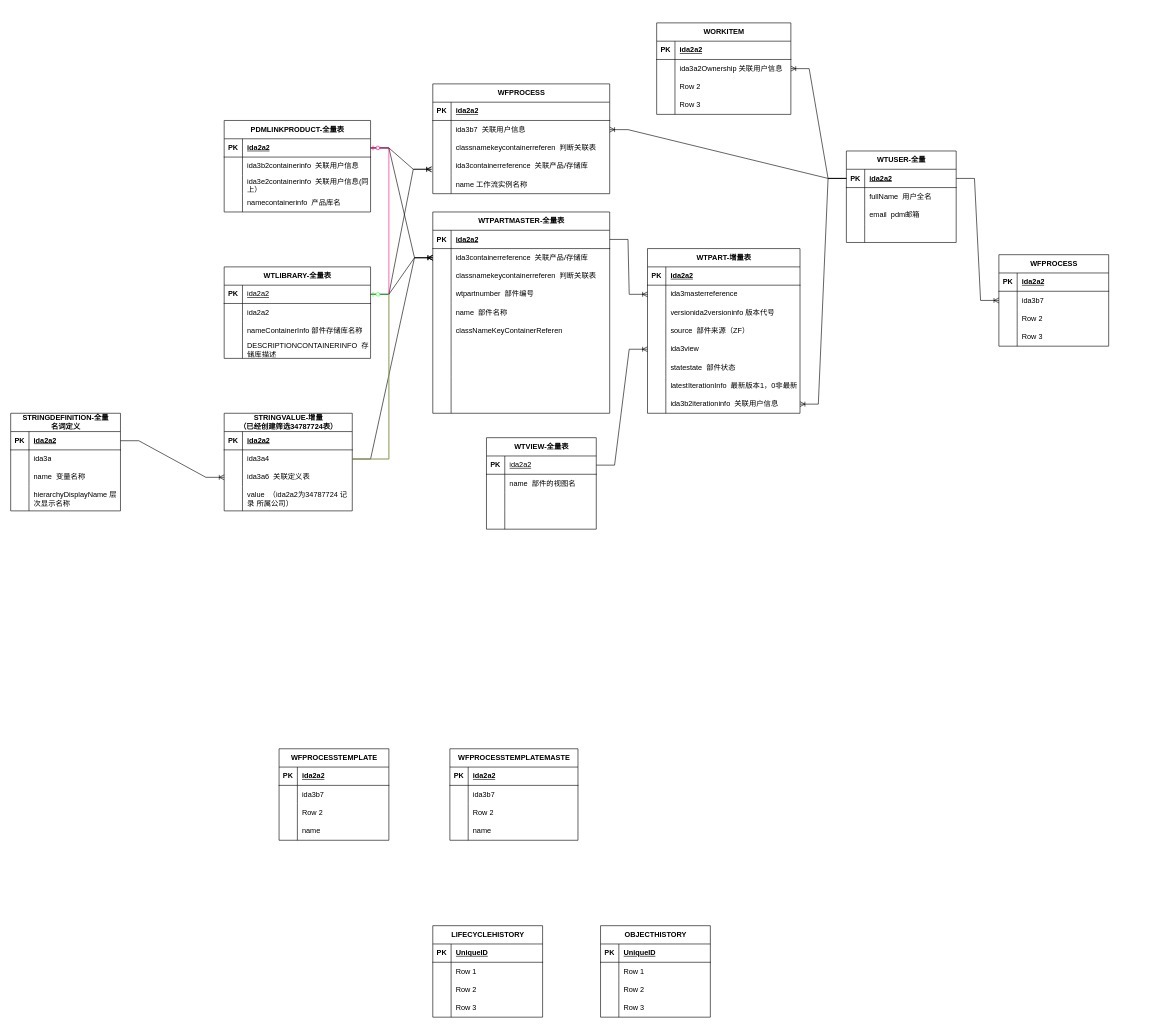
Above: pdm数据结构.drawio in fxfng/hello-world (draw.io), before the change. Source tidied: cells renumbered, new cells numbered last; positions are measured from the earlier drawing's top-left corner, leaving out a move shared by most shapes. Both pictures are drawn from the tidied source at 61%, with x=0, y=0 at pixel (10, 23).
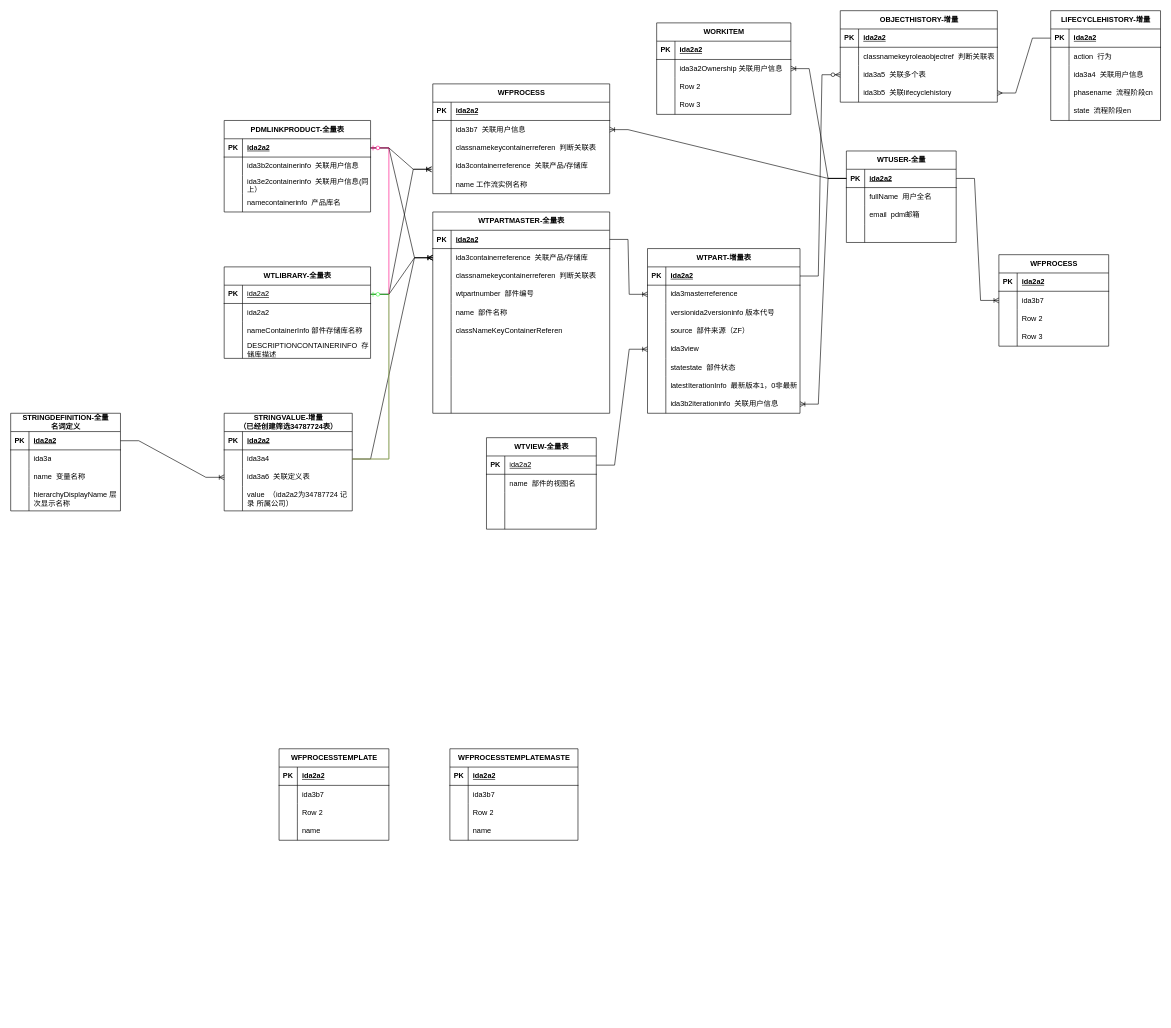
Above is the later version.

The change refers to these unchanged cells:
```xml
<mxCell id="3" style="shape=tableRow;horizontal=0;startSize=0;swimlaneHead=0;swimlaneBody=0;fillColor=none;points=[[0,0.5],[1,0.5]];portConstraint=eastwest;top=0;left=0;right=0;bottom=1;" parent="2" vertex="1">
  <mxGeometry y="30" width="250" height="30" as="geometry" />
</mxCell>
<mxCell id="98" style="shape=tableRow;horizontal=0;startSize=0;swimlaneHead=0;swimlaneBody=0;fillColor=none;points=[[0,0.5],[1,0.5]];portConstraint=eastwest;top=0;left=0;right=0;bottom=1;" parent="97" vertex="1">
  <mxGeometry y="30" width="180" height="30" as="geometry" />
</mxCell>
<mxCell id="101" style="shape=tableRow;horizontal=0;startSize=0;swimlaneHead=0;swimlaneBody=0;fillColor=none;top=0;left=0;right=0;bottom=0;" parent="97" vertex="1">
  <mxGeometry y="60" width="180" height="30" as="geometry" />
</mxCell>
<mxCell id="104" style="shape=tableRow;horizontal=0;startSize=0;swimlaneHead=0;swimlaneBody=0;fillColor=none;top=0;left=0;right=0;bottom=0;" parent="97" vertex="1">
  <mxGeometry y="90" width="180" height="30" as="geometry" />
</mxCell>
<mxCell id="107" style="shape=tableRow;horizontal=0;startSize=0;swimlaneHead=0;swimlaneBody=0;fillColor=none;top=0;left=0;right=0;bottom=0;" parent="97" vertex="1">
  <mxGeometry y="120" width="180" height="30" as="geometry" />
</mxCell>
```

The edit, as a diff of the source:
```diff
@@
-    <mxCell id="97" value="LIFECYCLEHISTORY" style="shape=table;startSize=30;childLayout=tableLayout;rowLines=0;fontStyle=1;align=center;html=1;" parent="1" vertex="1">
-      <mxGeometry x="692" y="1480" width="180" height="150" as="geometry" />
+    <mxCell id="97" value="LIFECYCLEHISTORY-增量" style="shape=table;startSize=30;childLayout=tableLayout;rowLines=0;fontStyle=1;align=center;html=1;" parent="1" vertex="1">
+      <mxGeometry x="1705" y="-20" width="180" height="180" as="geometry" />
     </mxCell>
@@
-    <mxCell id="100" value="UniqueID" style="shape=partialRectangle;fillColor=none;top=0;left=0;bottom=0;right=0;align=left;spacingLeft=6;fontStyle=5;overflow=hidden;whiteSpace=wrap;html=1;" parent="98" vertex="1">
+    <mxCell id="100" value="ida2a2" style="shape=partialRectangle;fillColor=none;top=0;left=0;bottom=0;right=0;align=left;spacingLeft=6;fontStyle=5;overflow=hidden;whiteSpace=wrap;html=1;" parent="98" vertex="1">
       <mxGeometry x="30" width="150" height="30" as="geometry" />
     </mxCell>
@@
-    <mxCell id="103" value="Row 1" style="shape=partialRectangle;fillColor=none;top=0;left=0;bottom=0;right=0;align=left;spacingLeft=6;overflow=hidden;whiteSpace=wrap;html=1;" parent="101" vertex="1">
+    <mxCell id="103" value="action&amp;nbsp; 行为" style="shape=partialRectangle;fillColor=none;top=0;left=0;bottom=0;right=0;align=left;spacingLeft=6;overflow=hidden;whiteSpace=wrap;html=1;" parent="101" vertex="1">
       <mxGeometry x="30" width="150" height="30" as="geometry" />
     </mxCell>
@@
-    <mxCell id="106" value="Row 2" style="shape=partialRectangle;fillColor=none;top=0;left=0;bottom=0;right=0;align=left;spacingLeft=6;overflow=hidden;whiteSpace=wrap;html=1;" parent="104" vertex="1">
+    <mxCell id="106" value="ida3a4&amp;nbsp; 关联用户信息" style="shape=partialRectangle;fillColor=none;top=0;left=0;bottom=0;right=0;align=left;spacingLeft=6;overflow=hidden;whiteSpace=wrap;html=1;" parent="104" vertex="1">
       <mxGeometry x="30" width="150" height="30" as="geometry" />
     </mxCell>
@@
-    <mxCell id="109" value="Row 3" style="shape=partialRectangle;fillColor=none;top=0;left=0;bottom=0;right=0;align=left;spacingLeft=6;overflow=hidden;whiteSpace=wrap;html=1;" parent="107" vertex="1">
+    <mxCell id="109" value="phasename&amp;nbsp; 流程阶段cn" style="shape=partialRectangle;fillColor=none;top=0;left=0;bottom=0;right=0;align=left;spacingLeft=6;overflow=hidden;whiteSpace=wrap;html=1;" parent="107" vertex="1">
       <mxGeometry x="30" width="150" height="30" as="geometry" />
     </mxCell>
+    <mxCell id="244" style="shape=tableRow;horizontal=0;startSize=0;swimlaneHead=0;swimlaneBody=0;fillColor=none;top=0;left=0;right=0;bottom=0;" parent="97" vertex="1">
+      <mxGeometry y="150" width="180" height="30" as="geometry" />
+    </mxCell>
+    <mxCell id="245" style="shape=partialRectangle;fillColor=none;top=0;left=0;bottom=0;right=0;overflow=hidden;whiteSpace=wrap;html=1;" parent="244" vertex="1">
+      <mxGeometry width="30" height="30" as="geometry" />
+    </mxCell>
+    <mxCell id="246" value="state&amp;nbsp; 流程阶段en" style="shape=partialRectangle;fillColor=none;top=0;left=0;bottom=0;right=0;align=left;spacingLeft=6;overflow=hidden;whiteSpace=wrap;html=1;" parent="244" vertex="1">
+      <mxGeometry x="30" width="150" height="30" as="geometry" />
+    </mxCell>
@@
-    <mxCell id="123" value="OBJECTHISTORY" style="shape=table;startSize=30;childLayout=tableLayout;rowLines=0;fontStyle=1;align=center;html=1;" parent="1" vertex="1">
-      <mxGeometry x="967" y="1480" width="180" height="150" as="geometry" />
+    <mxCell id="123" value="OBJECTHISTORY-增量" style="shape=table;startSize=30;childLayout=tableLayout;rowLines=0;fontStyle=1;align=center;html=1;" parent="1" vertex="1">
+      <mxGeometry x="1360" y="-20" width="257.5" height="150" as="geometry" />
     </mxCell>
     <mxCell id="124" style="shape=tableRow;horizontal=0;startSize=0;swimlaneHead=0;swimlaneBody=0;fillColor=none;top=0;left=0;right=0;bottom=1;" parent="123" vertex="1">
-      <mxGeometry y="30" width="180" height="30" as="geometry" />
+      <mxGeometry y="30" width="257.5" height="30" as="geometry" />
     </mxCell>
@@
-    <mxCell id="126" value="UniqueID" style="shape=partialRectangle;fillColor=none;top=0;left=0;bottom=0;right=0;align=left;spacingLeft=6;fontStyle=5;overflow=hidden;whiteSpace=wrap;html=1;" parent="124" vertex="1">
-      <mxGeometry x="30" width="150" height="30" as="geometry" />
+    <mxCell id="126" value="ida2a2" style="shape=partialRectangle;fillColor=none;top=0;left=0;bottom=0;right=0;align=left;spacingLeft=6;fontStyle=5;overflow=hidden;whiteSpace=wrap;html=1;" parent="124" vertex="1">
+      <mxGeometry x="30" width="227.5" height="30" as="geometry" />
     </mxCell>
     <mxCell id="127" style="shape=tableRow;horizontal=0;startSize=0;swimlaneHead=0;swimlaneBody=0;fillColor=none;top=0;left=0;right=0;bottom=0;" parent="123" vertex="1">
-      <mxGeometry y="60" width="180" height="30" as="geometry" />
+      <mxGeometry y="60" width="257.5" height="30" as="geometry" />
     </mxCell>
@@
-    <mxCell id="129" value="Row 1" style="shape=partialRectangle;fillColor=none;top=0;left=0;bottom=0;right=0;align=left;spacingLeft=6;overflow=hidden;whiteSpace=wrap;html=1;" parent="127" vertex="1">
-      <mxGeometry x="30" width="150" height="30" as="geometry" />
+    <mxCell id="129" value="classnamekeyroleaobjectref&amp;nbsp; 判断关联表" style="shape=partialRectangle;fillColor=none;top=0;left=0;bottom=0;right=0;align=left;spacingLeft=6;overflow=hidden;whiteSpace=wrap;html=1;" parent="127" vertex="1">
+      <mxGeometry x="30" width="227.5" height="30" as="geometry" />
     </mxCell>
     <mxCell id="130" style="shape=tableRow;horizontal=0;startSize=0;swimlaneHead=0;swimlaneBody=0;fillColor=none;points=[[0,0.5],[1,0.5]];portConstraint=eastwest;top=0;left=0;right=0;bottom=0;" parent="123" vertex="1">
-      <mxGeometry y="90" width="180" height="30" as="geometry" />
+      <mxGeometry y="90" width="257.5" height="30" as="geometry" />
     </mxCell>
@@
-    <mxCell id="132" value="Row 2" style="shape=partialRectangle;fillColor=none;top=0;left=0;bottom=0;right=0;align=left;spacingLeft=6;overflow=hidden;whiteSpace=wrap;html=1;" parent="130" vertex="1">
-      <mxGeometry x="30" width="150" height="30" as="geometry" />
+    <mxCell id="132" value="ida3a5&amp;nbsp; 关联多个表" style="shape=partialRectangle;fillColor=none;top=0;left=0;bottom=0;right=0;align=left;spacingLeft=6;overflow=hidden;whiteSpace=wrap;html=1;" parent="130" vertex="1">
+      <mxGeometry x="30" width="227.5" height="30" as="geometry" />
     </mxCell>
     <mxCell id="133" style="shape=tableRow;horizontal=0;startSize=0;swimlaneHead=0;swimlaneBody=0;fillColor=none;points=[[0,0.5],[1,0.5]];portConstraint=eastwest;top=0;left=0;right=0;bottom=0;" parent="123" vertex="1">
-      <mxGeometry y="120" width="180" height="30" as="geometry" />
+      <mxGeometry y="120" width="257.5" height="30" as="geometry" />
     </mxCell>
@@
-    <mxCell id="135" value="Row 3" style="shape=partialRectangle;fillColor=none;top=0;left=0;bottom=0;right=0;align=left;spacingLeft=6;overflow=hidden;whiteSpace=wrap;html=1;" parent="133" vertex="1">
-      <mxGeometry x="30" width="150" height="30" as="geometry" />
+    <mxCell id="135" value="ida3b5&amp;nbsp; 关联lifecyclehistory" style="shape=partialRectangle;fillColor=none;top=0;left=0;bottom=0;right=0;align=left;spacingLeft=6;overflow=hidden;whiteSpace=wrap;html=1;" parent="133" vertex="1">
+      <mxGeometry x="30" width="227.5" height="30" as="geometry" />
     </mxCell>
@@
+    <mxCell id="247" style="edgeStyle=entityRelationEdgeStyle;fontSize=12;html=1;endArrow=ERmany;rounded=0;" parent="1" edge="1" source="98" target="133">
+      <mxGeometry relative="1" as="geometry" />
+    </mxCell>
+    <mxCell id="248" style="edgeStyle=entityRelationEdgeStyle;fontSize=12;html=1;endArrow=ERzeroToMany;endFill=1;rounded=0;" parent="1" edge="1" source="3" target="130">
+      <mxGeometry relative="1" as="geometry" />
+    </mxCell>
```
